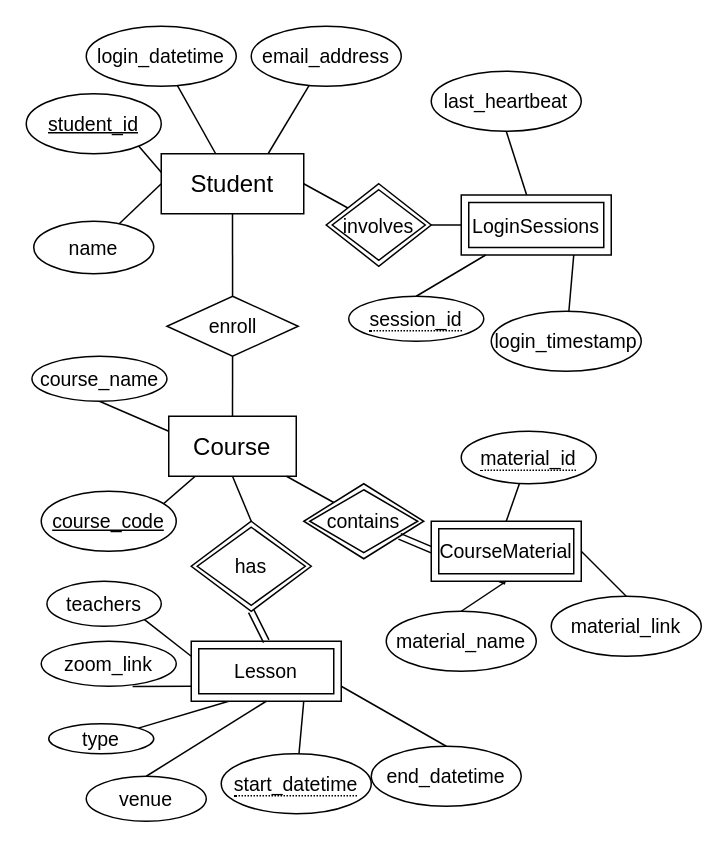
Above: page "ERD Habit Tracker app" (1 of 2) of ER_diagram_update.drawio in jevrii/comp3278-face-recognition (draw.io), before the change. Source tidied: cells renumbered, new cells numbered last; positions are measured from the earlier drawing's top-left corner, leaving out a move shared by most shapes. Both pictures are drawn from the tidied source at 150%, with x=0, y=0 at pixel (26, 26).
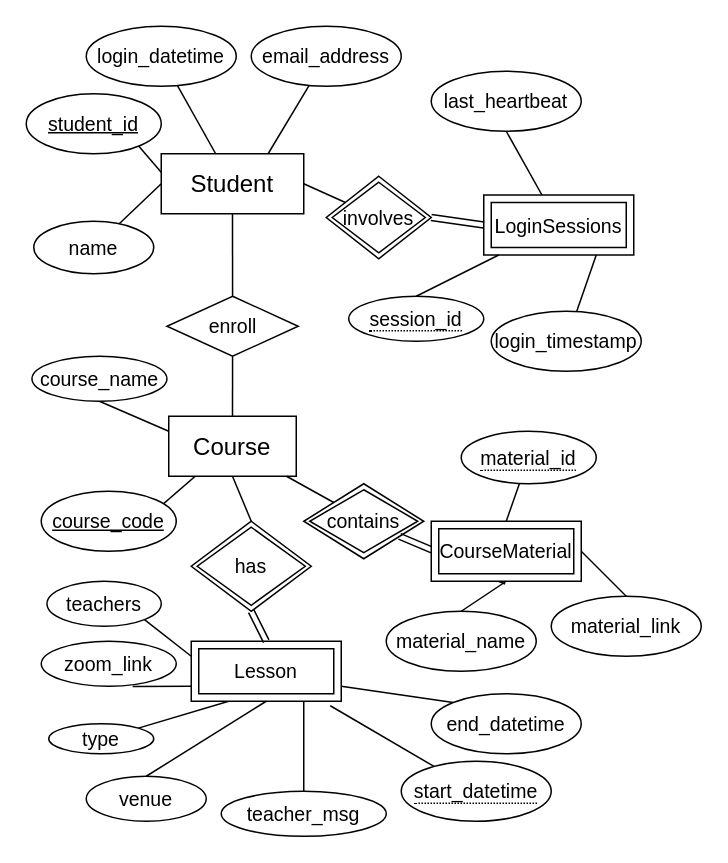
Above is the later version.

Commit message (it also covers changes not shown here):
Updated the ER diagram with teacher_msg

The change refers to these unchanged cells:
```xml
<mxCell id="24" value="Lesson" style="shape=ext;margin=3;double=1;whiteSpace=wrap;html=1;align=center;fontSize=13;" parent="1" vertex="1">
  <mxGeometry x="110" y="410" width="100" height="40" as="geometry" />
</mxCell>
```

Diff of the diagram source:
```diff
@@
-    <mxCell id="21" style="edgeStyle=none;rounded=0;jettySize=auto;html=1;exitX=0.75;exitY=1;exitDx=0;exitDy=0;endArrow=none;endFill=0;fontSize=13;" parent="1" edge="1" source="24" target="27">
+    <mxCell id="21" style="edgeStyle=none;rounded=0;jettySize=auto;html=1;exitX=0.927;exitY=1.075;exitDx=0;exitDy=0;endArrow=none;endFill=0;fontSize=13;exitPerimeter=0;" parent="1" edge="1" source="24" target="27">
       <mxGeometry relative="1" as="geometry" />
     </mxCell>
-    <mxCell id="22" style="edgeStyle=none;rounded=0;jettySize=auto;html=1;exitX=1;exitY=0.75;exitDx=0;exitDy=0;entryX=0.5;entryY=0;entryDx=0;entryDy=0;endArrow=none;endFill=0;fontSize=13;" parent="1" edge="1" source="24" target="28">
+    <mxCell id="22" style="edgeStyle=none;rounded=0;jettySize=auto;html=1;exitX=1;exitY=0.75;exitDx=0;exitDy=0;entryX=0;entryY=0;entryDx=0;entryDy=0;endArrow=none;endFill=0;fontSize=13;" parent="1" edge="1" source="24" target="28">
       <mxGeometry relative="1" as="geometry" />
     </mxCell>
@@
     <mxCell id="27" value="&lt;span style=&quot;border-bottom: 1px dotted&quot;&gt;start_datetime&lt;br&gt;&lt;/span&gt;" style="ellipse;whiteSpace=wrap;html=1;align=center;fontSize=13;" parent="1" vertex="1">
-      <mxGeometry x="130" y="485" width="100" height="40" as="geometry" />
+      <mxGeometry x="250" y="490" width="100" height="40" as="geometry" />
     </mxCell>
     <mxCell id="28" value="end_datetime" style="ellipse;whiteSpace=wrap;html=1;align=center;fontSize=13;" parent="1" vertex="1">
-      <mxGeometry x="230" y="480" width="100" height="40" as="geometry" />
+      <mxGeometry x="270" y="445" width="100" height="40" as="geometry" />
     </mxCell>
@@
     <mxCell id="47" value="LoginSessions" style="shape=ext;margin=3;double=1;whiteSpace=wrap;html=1;align=center;fontSize=13;" parent="1" vertex="1">
-      <mxGeometry x="290" y="112.5" width="100" height="40" as="geometry" />
+      <mxGeometry x="305" y="112.5" width="100" height="40" as="geometry" />
     </mxCell>
@@
     <mxCell id="54" value="involves" style="shape=rhombus;double=1;perimeter=rhombusPerimeter;whiteSpace=wrap;html=1;align=center;fontSize=13;" parent="1" vertex="1">
-      <mxGeometry x="200" y="105" width="70" height="55" as="geometry" />
+      <mxGeometry x="200" y="100" width="70" height="55" as="geometry" />
     </mxCell>
@@
-    <mxCell id="56" style="endArrow=none;html=1;exitX=1;exitY=0.5;exitDx=0;exitDy=0;entryX=0;entryY=0.5;entryDx=0;entryDy=0;" parent="1" edge="1" source="54" target="47">
-      <mxGeometry relative="1" as="geometry" />
-    </mxCell>
+    <mxCell id="57" style="edgeStyle=none;rounded=0;jettySize=auto;html=1;exitX=0;exitY=0.5;exitDx=0;exitDy=0;endArrow=none;endFill=0;fontSize=13;shape=link;entryX=1;entryY=0.5;entryDx=0;entryDy=0;" parent="1" edge="1" source="47" target="54">
+      <mxGeometry relative="1" as="geometry" />
+    </mxCell>
+    <mxCell id="58" value="teacher_msg" style="ellipse;whiteSpace=wrap;html=1;align=center;fontSize=13;" parent="1" vertex="1">
+      <mxGeometry x="130" y="510" width="110" height="30" as="geometry" />
+    </mxCell>
+    <mxCell id="59" style="edgeStyle=none;rounded=0;jettySize=auto;html=1;entryX=0.75;entryY=1;entryDx=0;entryDy=0;endArrow=none;endFill=0;fontSize=13;" parent="1" edge="1" source="58" target="24">
+      <mxGeometry relative="1" as="geometry" />
+    </mxCell>
```
